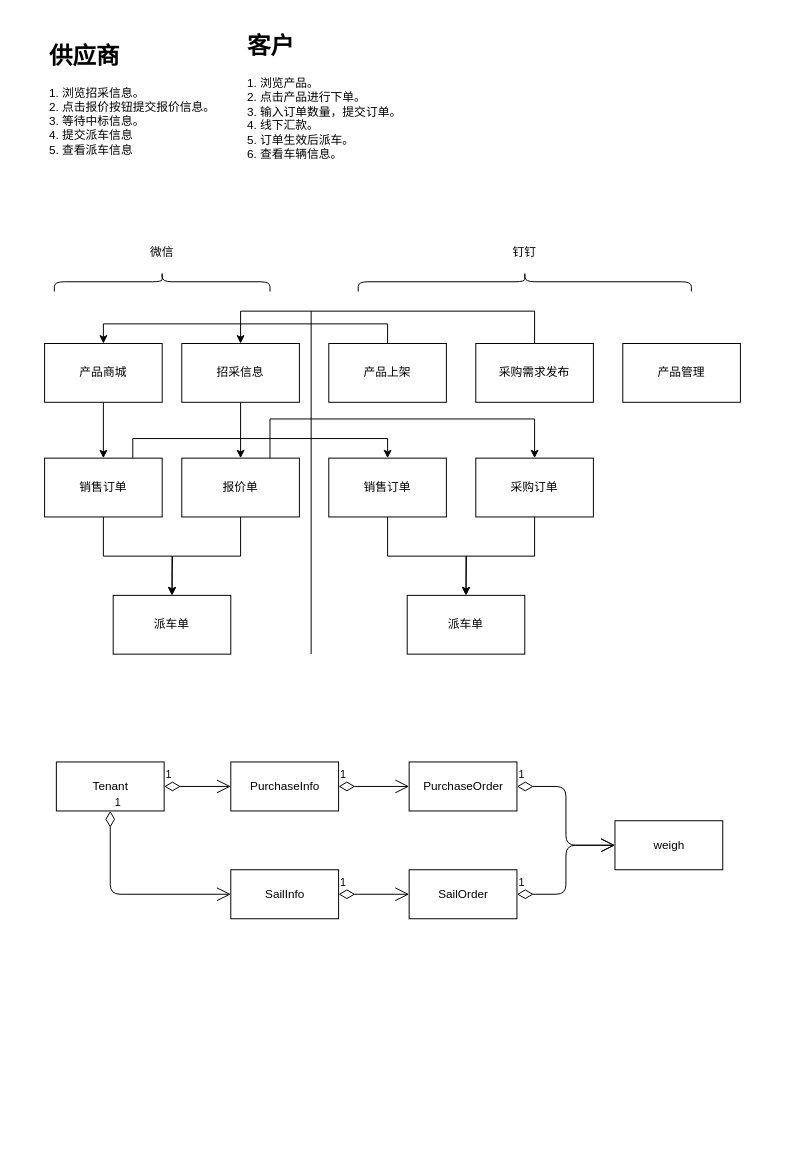
lipeng260/drawio keeps this draw.io diagram as 网上商城.drawio. Above is the earlier version. Source tidied: cells renumbered, new cells numbered last; positions are measured from the earlier drawing's top-left corner, leaving out a move shared by most shapes. Both pictures are drawn from the tidied source at 98%, with x=0, y=0 at pixel (44, 26).
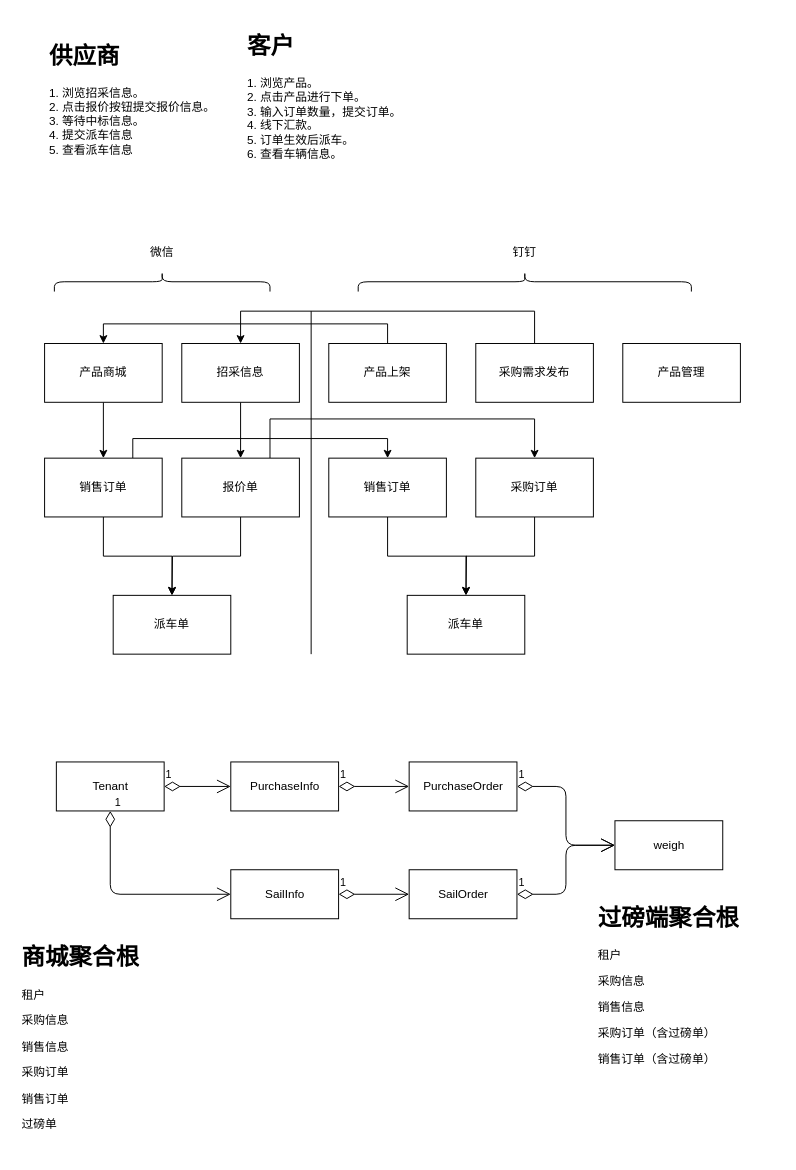
After the change.

The edit, as a diff of the source:
```diff
@@
+    <mxCell id="42" value="&lt;h1&gt;过磅端聚合根&lt;/h1&gt;&lt;p&gt;租户&lt;/p&gt;&lt;p&gt;采购信息&lt;/p&gt;&lt;p&gt;销售信息&lt;/p&gt;&lt;p&gt;采购订单（含过磅单）&lt;/p&gt;&lt;p&gt;销售订单（含过磅单）&lt;/p&gt;" style="text;html=1;strokeColor=none;fillColor=none;spacing=5;spacingTop=-20;whiteSpace=wrap;overflow=hidden;rounded=0;" parent="1" vertex="1">
+      <mxGeometry x="560" y="890" width="190" height="180" as="geometry" />
+    </mxCell>
+    <mxCell id="43" value="&lt;h1&gt;商城聚合根&lt;/h1&gt;&lt;p&gt;租户&lt;/p&gt;&lt;p&gt;采购信息&lt;/p&gt;&lt;p&gt;销售信息&lt;/p&gt;&lt;p&gt;采购订单&lt;/p&gt;&lt;p&gt;销售订单&lt;/p&gt;&lt;p&gt;过磅单&lt;/p&gt;" style="text;html=1;strokeColor=none;fillColor=none;spacing=5;spacingTop=-20;whiteSpace=wrap;overflow=hidden;rounded=0;" parent="1" vertex="1">
+      <mxGeometry x="-28" y="930" width="190" height="220" as="geometry" />
+    </mxCell>
```
